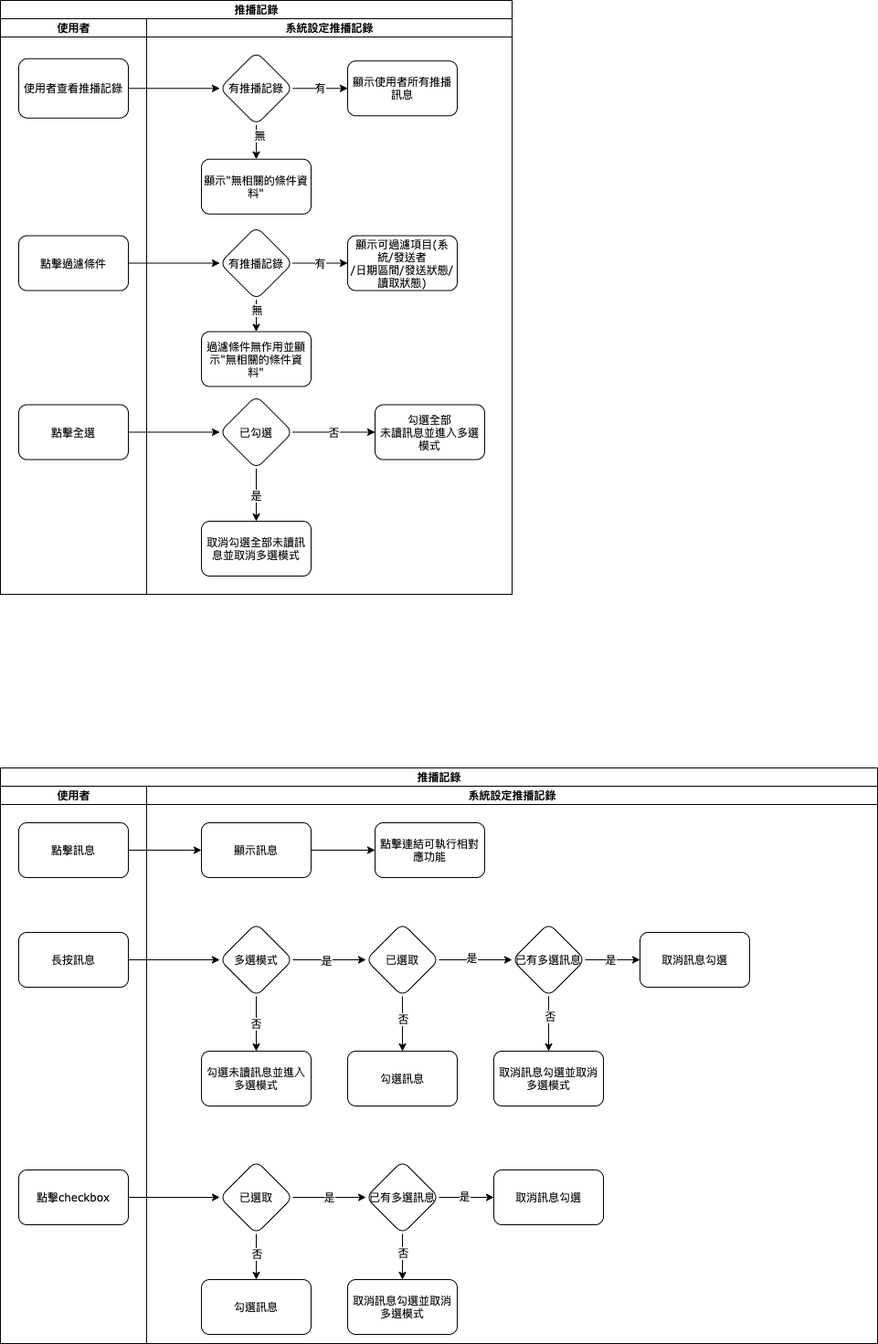
Earlier version of the draw.io export 8.10.0/UPDATE/ITEM_2/MAE/image/workflow_record.png (ArcareRD/sadocs). Source tidied: cells renumbered, new cells last; positions are measured from the earlier drawing's top-left corner, leaving out a move shared by most shapes.
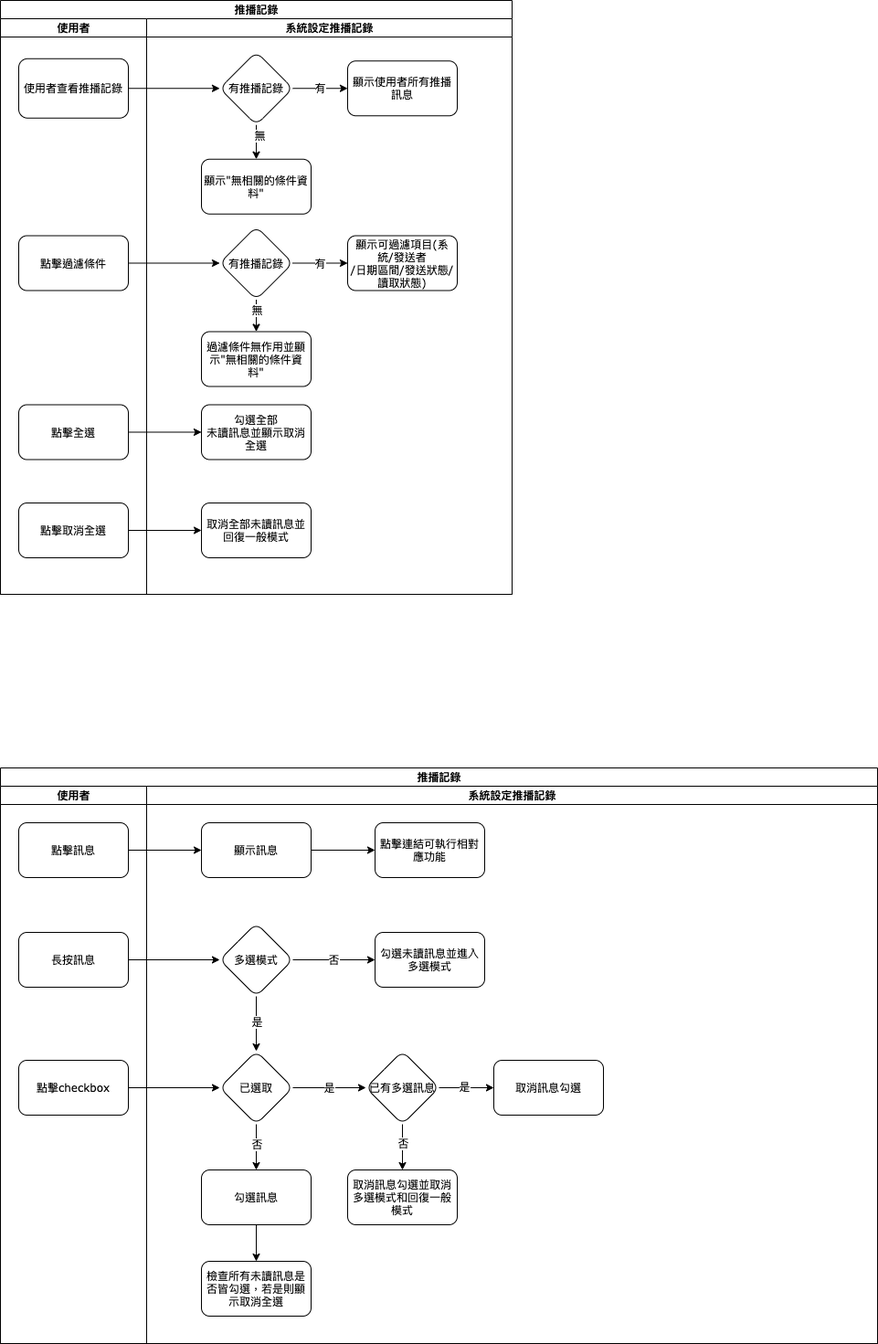
Above is the later version.

Commit message:
修改全選及取消全選流程

The edit, as a diff of the source:
```diff
@@ -17,6 +17,9 @@
     <mxCell id="6" value="&lt;span style=&quot;font-family: &amp;#34;helvetica&amp;#34; ; font-size: 11px ; background-color: rgb(255 , 255 , 255)&quot;&gt;點擊全選&lt;/span&gt;" style="whiteSpace=wrap;html=1;rounded=1;shadow=0;fontFamily=Verdana;fontSize=8;strokeWidth=1;" parent="3" vertex="1">
       <mxGeometry x="20" y="422.5" width="120" height="60" as="geometry" />
     </mxCell>
+    <mxCell id="70" value="&lt;span style=&quot;font-family: &amp;#34;helvetica&amp;#34; ; font-size: 11px ; background-color: rgb(255 , 255 , 255)&quot;&gt;點擊取消全選&lt;/span&gt;" style="whiteSpace=wrap;html=1;rounded=1;shadow=0;fontFamily=Verdana;fontSize=8;strokeWidth=1;" parent="3" vertex="1">
+      <mxGeometry x="20" y="530" width="120" height="60" as="geometry" />
+    </mxCell>
     <mxCell id="7" style="edgeStyle=orthogonalEdgeStyle;rounded=0;jettySize=auto;html=1;" parent="2" edge="1" source="4" target="12">
       <mxGeometry relative="1" as="geometry" />
     </mxCell>
@@ -29,8 +32,8 @@
     <mxCell id="10" value="&lt;span&gt;顯示可過濾項目(系統/&lt;/span&gt;發送者&lt;span&gt;&lt;br&gt;/日期區間/發送狀態/讀取狀態)&lt;/span&gt;" style="whiteSpace=wrap;html=1;rounded=1;shadow=0;fontFamily=Verdana;fontSize=8;strokeWidth=1;" parent="9" vertex="1">
       <mxGeometry x="220" y="237.5" width="120" height="60" as="geometry" />
     </mxCell>
-    <mxCell id="11" value="&lt;span&gt;勾選全部&lt;/span&gt;&lt;br&gt;&lt;span&gt;未讀訊息並進入多選模式&lt;/span&gt;" style="whiteSpace=wrap;html=1;rounded=1;shadow=0;fontFamily=Verdana;fontSize=8;strokeWidth=1;" parent="9" vertex="1">
-      <mxGeometry x="250" y="422.5" width="120" height="60" as="geometry" />
+    <mxCell id="11" value="&lt;span&gt;勾選全部&lt;/span&gt;&lt;br&gt;&lt;span&gt;未讀訊息並顯示取消全選&lt;/span&gt;" style="whiteSpace=wrap;html=1;rounded=1;shadow=0;fontFamily=Verdana;fontSize=8;strokeWidth=1;" parent="9" vertex="1">
+      <mxGeometry x="60" y="422.5" width="120" height="60" as="geometry" />
     </mxCell>
     <mxCell id="12" value="有推播記錄" style="rhombus;whiteSpace=wrap;html=1;rounded=1;shadow=0;fontFamily=Verdana;fontSize=8;strokeWidth=1;" parent="9" vertex="1">
       <mxGeometry x="80" y="36.2" width="80" height="80" as="geometry" />
@@ -67,21 +70,15 @@
     <mxCell id="22" value="無" style="edgeLabel;html=1;align=center;verticalAlign=middle;" parent="21" vertex="1">
       <mxGeometry x="-0.49" relative="1" as="geometry" />
     </mxCell>
-    <mxCell id="23" value="否" style="edgeStyle=orthogonalEdgeStyle;rounded=0;jettySize=auto;html=1;exitX=1;exitY=0.5;exitDx=0;exitDy=0;" parent="9" edge="1" source="24" target="11">
-      <mxGeometry relative="1" as="geometry" />
-    </mxCell>
-    <mxCell id="24" value="已勾選" style="rhombus;whiteSpace=wrap;html=1;rounded=1;shadow=0;fontFamily=Verdana;fontSize=8;strokeWidth=1;" parent="9" vertex="1">
-      <mxGeometry x="80" y="412.5" width="80" height="80" as="geometry" />
-    </mxCell>
-    <mxCell id="25" value="取消勾選全部未讀訊息並取消多選模式" style="whiteSpace=wrap;html=1;rounded=1;shadow=0;fontFamily=Verdana;fontSize=8;strokeWidth=1;" parent="9" vertex="1">
-      <mxGeometry x="60" y="550" width="120" height="60" as="geometry" />
-    </mxCell>
-    <mxCell id="26" value="是" style="edgeStyle=orthogonalEdgeStyle;rounded=0;jettySize=auto;html=1;" parent="9" edge="1" source="24" target="25">
-      <mxGeometry relative="1" as="geometry" />
-    </mxCell>
+    <mxCell id="71" value="取消全部未讀訊息並回復一般模式" style="whiteSpace=wrap;html=1;rounded=1;shadow=0;fontFamily=Verdana;fontSize=8;strokeWidth=1;" parent="9" vertex="1">
+      <mxGeometry x="60" y="530" width="120" height="60" as="geometry" />
+    </mxCell>
-    <mxCell id="27" style="edgeStyle=orthogonalEdgeStyle;rounded=0;jettySize=auto;html=1;" parent="2" edge="1" source="6" target="24">
+    <mxCell id="27" style="edgeStyle=orthogonalEdgeStyle;rounded=0;jettySize=auto;html=1;" parent="2" edge="1" source="6" target="11">
       <mxGeometry relative="1" as="geometry" />
     </mxCell>
+    <mxCell id="72" style="edgeStyle=orthogonalEdgeStyle;rounded=0;jettySize=auto;html=1;" parent="2" edge="1" source="70" target="71">
+      <mxGeometry relative="1" as="geometry" />
+    </mxCell>
     <mxCell id="28" value="推播記錄" style="swimlane;html=1;startSize=20;rounded=0;shadow=0;labelBackgroundColor=none;strokeWidth=1;fontFamily=Verdana;fontSize=8;align=center;" parent="1" vertex="1">
       <mxGeometry y="840" width="960" height="630" as="geometry" />
     </mxCell>
@@ -95,11 +92,14 @@
       <mxGeometry x="20" y="160" width="120" height="60" as="geometry" />
     </mxCell>
     <mxCell id="32" value="&lt;span style=&quot;font-family: &amp;#34;verdana&amp;#34;&quot;&gt;點擊checkbox&lt;/span&gt;" style="whiteSpace=wrap;html=1;rounded=1;shadow=0;fontFamily=Verdana;fontSize=8;strokeWidth=1;" parent="29" vertex="1">
-      <mxGeometry x="20" y="420" width="120" height="60" as="geometry" />
+      <mxGeometry x="20" y="300" width="120" height="60" as="geometry" />
     </mxCell>
     <mxCell id="33" style="edgeStyle=orthogonalEdgeStyle;rounded=0;jettySize=auto;html=1;" parent="28" edge="1" source="31" target="40">
       <mxGeometry relative="1" as="geometry" />
     </mxCell>
+    <mxCell id="56" style="edgeStyle=orthogonalEdgeStyle;rounded=0;jettySize=auto;html=1;" parent="28" edge="1" source="32" target="51">
+      <mxGeometry relative="1" as="geometry" />
+    </mxCell>
     <mxCell id="34" value="系統設定推播記錄" style="swimlane;html=1;startSize=20;" parent="28" vertex="1">
       <mxGeometry x="160" y="20" width="800" height="610" as="geometry" />
     </mxCell>
@@ -107,7 +107,7 @@
       <mxGeometry x="60" y="40" width="120" height="60" as="geometry" />
     </mxCell>
     <mxCell id="36" value="&lt;span&gt;勾選未讀訊息並進入多選模式&lt;/span&gt;" style="whiteSpace=wrap;html=1;rounded=1;shadow=0;fontFamily=Verdana;fontSize=8;strokeWidth=1;" parent="34" vertex="1">
-      <mxGeometry x="60" y="290" width="120" height="60" as="geometry" />
+      <mxGeometry x="250" y="160" width="120" height="60" as="geometry" />
     </mxCell>
     <mxCell id="37" value="點擊連結可執行相對應功能" style="whiteSpace=wrap;html=1;rounded=1;shadow=0;fontFamily=Verdana;fontSize=8;strokeWidth=1;" parent="34" vertex="1">
       <mxGeometry x="250" y="40" width="120" height="60" as="geometry" />
@@ -115,18 +115,12 @@
     <mxCell id="38" style="edgeStyle=orthogonalEdgeStyle;rounded=1;jettySize=auto;html=1;" parent="34" edge="1" source="35" target="37">
       <mxGeometry relative="1" as="geometry" />
     </mxCell>
-    <mxCell id="39" value="否" style="edgeStyle=orthogonalEdgeStyle;rounded=0;jettySize=auto;html=1;exitX=0.5;exitY=1;exitDx=0;exitDy=0;" parent="34" edge="1" source="40" target="36">
+    <mxCell id="39" value="否" style="edgeStyle=orthogonalEdgeStyle;rounded=0;jettySize=auto;html=1;" parent="34" edge="1" source="40" target="36">
       <mxGeometry relative="1" as="geometry" />
     </mxCell>
     <mxCell id="40" value="&lt;span&gt;多選模式&lt;/span&gt;" style="rhombus;whiteSpace=wrap;html=1;rounded=1;shadow=0;fontFamily=Verdana;fontSize=8;strokeWidth=1;" parent="34" vertex="1">
       <mxGeometry x="80" y="150" width="80" height="80" as="geometry" />
     </mxCell>
-    <mxCell id="41" value="勾選&lt;span&gt;訊息&lt;/span&gt;" style="whiteSpace=wrap;html=1;rounded=1;shadow=0;fontFamily=Verdana;fontSize=8;strokeWidth=1;" parent="34" vertex="1">
-      <mxGeometry x="220" y="290" width="120" height="60" as="geometry" />
-    </mxCell>
-    <mxCell id="42" value="&lt;span&gt;取消訊息勾選並取消多選模式&lt;/span&gt;" style="whiteSpace=wrap;html=1;rounded=1;shadow=0;fontFamily=Verdana;fontSize=8;strokeWidth=1;" parent="34" vertex="1">
-      <mxGeometry x="380" y="290" width="120" height="60" as="geometry" />
-    </mxCell>
     <mxCell id="43" style="edgeStyle=orthogonalEdgeStyle;rounded=0;jettySize=auto;html=1;exitX=0.5;exitY=1;exitDx=0;exitDy=0;" parent="34" edge="1" source="47" target="53">
       <mxGeometry relative="1" as="geometry" />
     </mxCell>
@@ -140,7 +134,7 @@
       <mxGeometry x="-0.1" y="2" relative="1" as="geometry" />
     </mxCell>
     <mxCell id="47" value="已有多選訊息" style="rhombus;whiteSpace=wrap;html=1;rounded=1;shadow=0;fontFamily=Verdana;fontSize=8;strokeWidth=1;" parent="34" vertex="1">
-      <mxGeometry x="240" y="410" width="80" height="80" as="geometry" />
+      <mxGeometry x="240" y="290" width="80" height="80" as="geometry" />
     </mxCell>
     <mxCell id="48" style="edgeStyle=orthogonalEdgeStyle;rounded=0;jettySize=auto;html=1;exitX=0.5;exitY=1;exitDx=0;exitDy=0;" parent="34" edge="1" source="51" target="52">
       <mxGeometry relative="1" as="geometry" />
@@ -152,61 +146,31 @@
       <mxGeometry relative="1" as="geometry" />
     </mxCell>
     <mxCell id="51" value="已選取" style="rhombus;whiteSpace=wrap;html=1;rounded=1;shadow=0;fontFamily=Verdana;fontSize=8;strokeWidth=1;" parent="34" vertex="1">
-      <mxGeometry x="80" y="410" width="80" height="80" as="geometry" />
+      <mxGeometry x="80" y="290" width="80" height="80" as="geometry" />
     </mxCell>
     <mxCell id="52" value="勾選&lt;span&gt;訊息&lt;/span&gt;" style="whiteSpace=wrap;html=1;rounded=1;shadow=0;fontFamily=Verdana;fontSize=8;strokeWidth=1;" parent="34" vertex="1">
-      <mxGeometry x="60" y="540" width="120" height="60" as="geometry" />
+      <mxGeometry x="60" y="420" width="120" height="60" as="geometry" />
     </mxCell>
-    <mxCell id="53" value="&lt;span&gt;取消訊息勾選並取消多選模式&lt;/span&gt;" style="whiteSpace=wrap;html=1;rounded=1;shadow=0;fontFamily=Verdana;fontSize=8;strokeWidth=1;" parent="34" vertex="1">
-      <mxGeometry x="220" y="540" width="120" height="60" as="geometry" />
+    <mxCell id="53" value="&lt;span&gt;取消訊息勾選並取消多選模式和&lt;/span&gt;回復一般模式" style="whiteSpace=wrap;html=1;rounded=1;shadow=0;fontFamily=Verdana;fontSize=8;strokeWidth=1;" parent="34" vertex="1">
+      <mxGeometry x="220" y="420" width="120" height="60" as="geometry" />
     </mxCell>
     <mxCell id="54" value="&lt;span&gt;取消訊息勾選&lt;/span&gt;" style="whiteSpace=wrap;html=1;rounded=1;shadow=0;fontFamily=Verdana;fontSize=8;strokeWidth=1;" parent="34" vertex="1">
-      <mxGeometry x="380" y="420" width="120" height="60" as="geometry" />
+      <mxGeometry x="380" y="300" width="120" height="60" as="geometry" />
     </mxCell>
-    <mxCell id="55" style="edgeStyle=orthogonalEdgeStyle;rounded=0;jettySize=auto;html=1;" parent="28" edge="1" source="30" target="35">
-      <mxGeometry relative="1" as="geometry" />
-    </mxCell>
-    <mxCell id="56" style="edgeStyle=orthogonalEdgeStyle;rounded=0;jettySize=auto;html=1;" parent="28" edge="1" source="32" target="51">
-      <mxGeometry relative="1" as="geometry" />
-    </mxCell>
-    <mxCell id="57" style="edgeStyle=orthogonalEdgeStyle;rounded=0;jettySize=auto;html=1;" parent="1" edge="1" source="61" target="41">
-      <mxGeometry relative="1" as="geometry" />
-    </mxCell>
-    <mxCell id="58" value="否" style="edgeLabel;html=1;align=center;verticalAlign=middle;" parent="57" vertex="1">
-      <mxGeometry x="-0.2" relative="1" as="geometry" />
-    </mxCell>
-    <mxCell id="59" style="edgeStyle=orthogonalEdgeStyle;rounded=0;jettySize=auto;html=1;" parent="1" edge="1" source="61" target="68">
-      <mxGeometry relative="1" as="geometry" />
-    </mxCell>
-    <mxCell id="60" value="是" style="edgeLabel;html=1;align=center;verticalAlign=middle;" parent="59" vertex="1">
-      <mxGeometry x="-0.12" y="3" relative="1" as="geometry" />
-    </mxCell>
-    <mxCell id="61" value="已選取" style="rhombus;whiteSpace=wrap;html=1;rounded=1;shadow=0;fontFamily=Verdana;fontSize=8;strokeWidth=1;" parent="1" vertex="1">
-      <mxGeometry x="400" y="1010" width="80" height="80" as="geometry" />
-    </mxCell>
-    <mxCell id="62" style="edgeStyle=orthogonalEdgeStyle;rounded=0;jettySize=auto;html=1;" parent="1" edge="1" source="40" target="61">
+    <mxCell id="62" style="edgeStyle=orthogonalEdgeStyle;rounded=0;jettySize=auto;html=1;" parent="34" edge="1" source="40" target="51">
       <mxGeometry relative="1" as="geometry" />
     </mxCell>
     <mxCell id="63" value="是" style="edgeLabel;html=1;align=center;verticalAlign=middle;" parent="62" vertex="1">
       <mxGeometry x="-0.1" relative="1" as="geometry" />
     </mxCell>
-    <mxCell id="64" style="edgeStyle=orthogonalEdgeStyle;rounded=0;jettySize=auto;html=1;" parent="1" edge="1" source="68" target="69">
-      <mxGeometry relative="1" as="geometry" />
-    </mxCell>
-    <mxCell id="65" value="是" style="edgeLabel;html=1;align=center;verticalAlign=middle;" parent="64" vertex="1">
-      <mxGeometry x="-0.1" y="1" relative="1" as="geometry" />
-    </mxCell>
-    <mxCell id="66" style="edgeStyle=orthogonalEdgeStyle;rounded=0;jettySize=auto;html=1;" parent="1" edge="1" source="68" target="42">
-      <mxGeometry relative="1" as="geometry" />
-    </mxCell>
-    <mxCell id="67" value="否" style="edgeLabel;html=1;align=center;verticalAlign=middle;" parent="66" vertex="1">
-      <mxGeometry x="-0.3" y="1" relative="1" as="geometry" />
-    </mxCell>
-    <mxCell id="68" value="已有多選訊息" style="rhombus;whiteSpace=wrap;html=1;rounded=1;shadow=0;fontFamily=Verdana;fontSize=8;strokeWidth=1;" parent="1" vertex="1">
-      <mxGeometry x="560" y="1010" width="80" height="80" as="geometry" />
-    </mxCell>
-    <mxCell id="69" value="&lt;span&gt;取消訊息勾選&lt;/span&gt;" style="whiteSpace=wrap;html=1;rounded=1;shadow=0;fontFamily=Verdana;fontSize=8;strokeWidth=1;" parent="1" vertex="1">
-      <mxGeometry x="700" y="1020" width="120" height="60" as="geometry" />
-    </mxCell>
+    <mxCell id="73" value="檢查所有未讀訊息是否皆勾選，若是則顯示取消全選" style="whiteSpace=wrap;html=1;rounded=1;shadow=0;fontFamily=Verdana;fontSize=8;strokeWidth=1;" parent="34" vertex="1">
+      <mxGeometry x="60" y="520" width="120" height="60" as="geometry" />
+    </mxCell>
+    <mxCell id="74" style="edgeStyle=orthogonalEdgeStyle;rounded=0;jettySize=auto;html=1;" parent="34" edge="1" source="52" target="73">
+      <mxGeometry relative="1" as="geometry" />
+    </mxCell>
+    <mxCell id="55" style="edgeStyle=orthogonalEdgeStyle;rounded=0;jettySize=auto;html=1;" parent="28" edge="1" source="30" target="35">
+      <mxGeometry relative="1" as="geometry" />
+    </mxCell>
   </root>
 </mxGraphModel>
```
